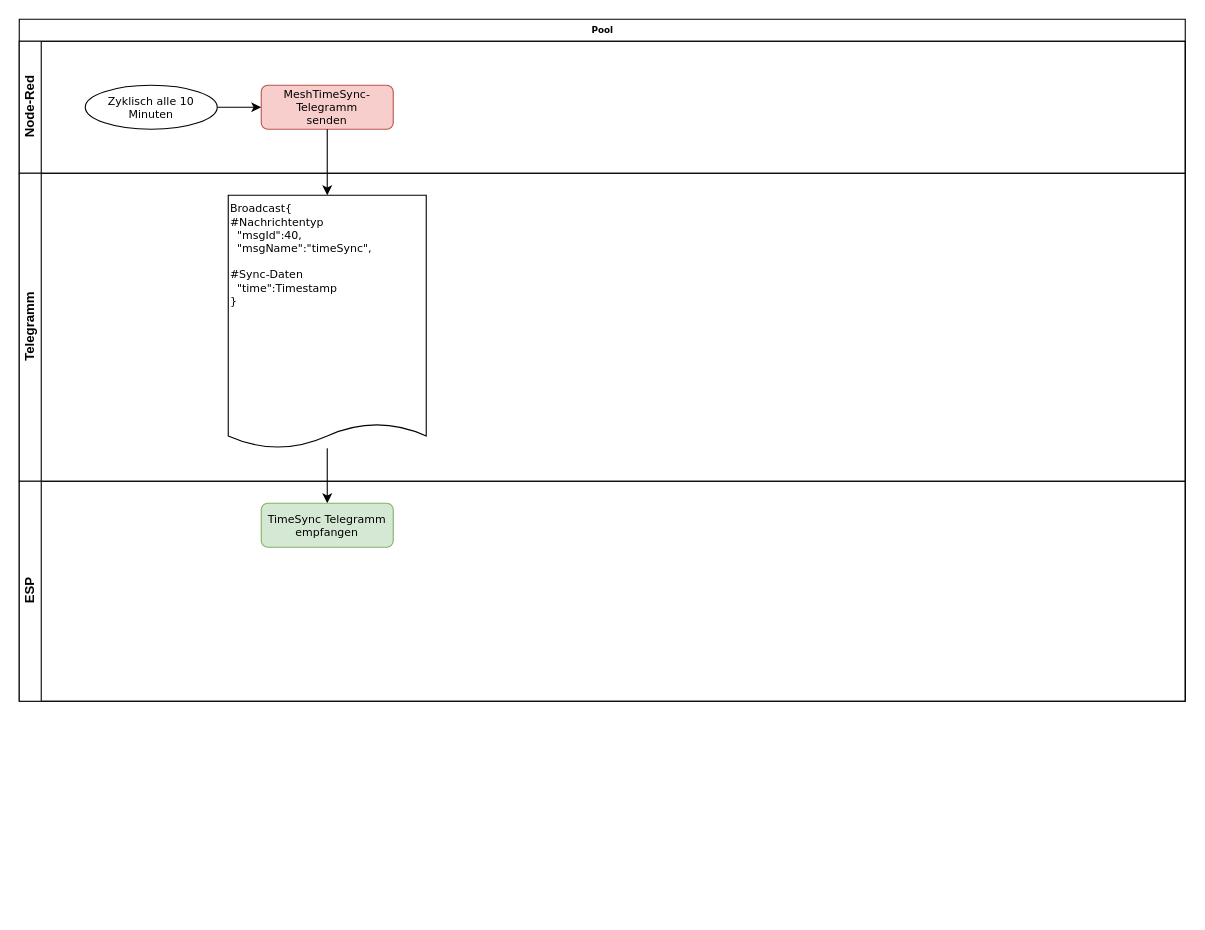
IchOK/JCA_IOT keeps this draw.io diagram as page "SrvPublish [9x]" (6 of 8) of Dokumente/IOT-Telegramme.drawio. Above is the earlier version. Source tidied: cells renumbered, new cells numbered last; positions are measured from the earlier drawing's top-left corner, leaving out a move shared by most shapes. Both pictures are drawn from the tidied source at 110%, with x=0, y=0 at pixel (19, 19).
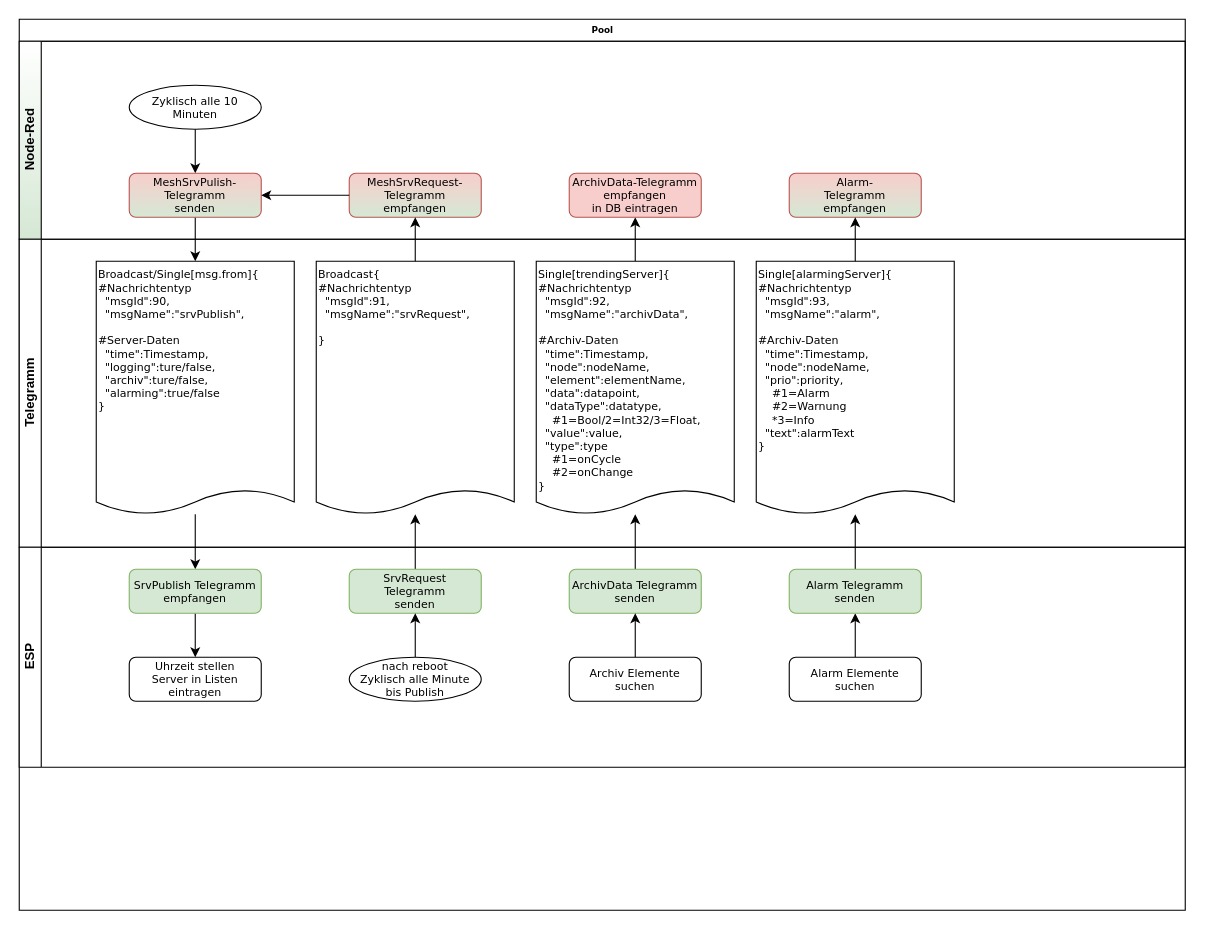
After the change.

What changed in the source:
```diff
@@
     <mxCell id="2" value="Pool" style="swimlane;html=1;horizontal=1;startSize=20;rounded=0;shadow=0;labelBackgroundColor=none;strokeWidth=1;fontFamily=Verdana;fontSize=8;align=center;" parent="1" vertex="1">
-      <mxGeometry width="1060" height="620" as="geometry" />
+      <mxGeometry width="1060" height="810" as="geometry" />
     </mxCell>
+    <mxCell id="9" style="edgeStyle=orthogonalEdgeStyle;rounded=0;jettySize=auto;html=1;entryX=0.5;entryY=0;entryDx=0;entryDy=0;fontFamily=Verdana;fontSize=10;" parent="2" edge="1" source="6" target="8">
+      <mxGeometry relative="1" as="geometry" />
+    </mxCell>
+    <mxCell id="10" style="edgeStyle=orthogonalEdgeStyle;rounded=0;jettySize=auto;html=1;fontFamily=Verdana;fontSize=10;" parent="2" edge="1" source="8" target="12">
+      <mxGeometry relative="1" as="geometry" />
+    </mxCell>
+    <mxCell id="13" style="edgeStyle=orthogonalEdgeStyle;rounded=0;jettySize=auto;html=1;" parent="2" edge="1" source="27" target="21">
+      <mxGeometry relative="1" as="geometry" />
+    </mxCell>
+    <mxCell id="14" style="edgeStyle=orthogonalEdgeStyle;rounded=0;jettySize=auto;html=1;" parent="2" edge="1" source="30" target="22">
+      <mxGeometry relative="1" as="geometry" />
+    </mxCell>
+    <mxCell id="15" style="edgeStyle=orthogonalEdgeStyle;rounded=0;jettySize=auto;html=1;" parent="2" edge="1" source="22" target="17">
+      <mxGeometry relative="1" as="geometry" />
+    </mxCell>
+    <mxCell id="16" style="edgeStyle=orthogonalEdgeStyle;rounded=0;jettySize=auto;html=1;" parent="2" edge="1" source="25" target="23">
+      <mxGeometry relative="1" as="geometry" />
+    </mxCell>
-    <mxCell id="3" value="Node-Red" style="swimlane;html=1;startSize=20;horizontal=0;fillColor=#FFFFFF;" parent="2" vertex="1">
-      <mxGeometry y="20" width="1060" height="120" as="geometry" />
+    <mxCell id="3" value="Node-Red" style="swimlane;html=1;startSize=20;horizontal=0;fillColor=#FFFFFF;gradientColor=#D5E8D4;" parent="2" vertex="1">
+      <mxGeometry y="20" width="1060" height="180" as="geometry" />
     </mxCell>
     <mxCell id="4" value="Zyklisch alle 10 Minuten" style="ellipse;whiteSpace=wrap;html=1;fontFamily=Verdana;fontSize=10;" parent="3" vertex="1">
-      <mxGeometry x="60" y="40" width="120" height="40" as="geometry" />
+      <mxGeometry x="100" y="40" width="120" height="40" as="geometry" />
     </mxCell>
@@
-    <mxCell id="6" value="MeshTimeSync-Telegramm&lt;br style=&quot;font-size: 10px&quot;&gt;senden" style="rounded=1;whiteSpace=wrap;html=1;shadow=0;fontFamily=Verdana;fontSize=10;align=center;strokeColor=#b85450;strokeWidth=1;fillColor=#f8cecc;" parent="3" vertex="1">
-      <mxGeometry x="220" y="40" width="120" height="40" as="geometry" />
+    <mxCell id="6" value="MeshSrvPulish-Telegramm&lt;br style=&quot;font-size: 10px&quot;&gt;senden" style="rounded=1;whiteSpace=wrap;html=1;shadow=0;fontFamily=Verdana;fontSize=10;align=center;strokeColor=#b85450;strokeWidth=1;fillColor=#f8cecc;gradientColor=#D5E8D4;" parent="3" vertex="1">
+      <mxGeometry x="100" y="120" width="120" height="40" as="geometry" />
     </mxCell>
+    <mxCell id="17" value="ArchivData-Telegramm&lt;br&gt;empfangen&lt;br&gt;in DB eintragen" style="rounded=1;whiteSpace=wrap;html=1;shadow=0;fontFamily=Verdana;fontSize=10;align=center;strokeColor=#b85450;strokeWidth=1;fillColor=#f8cecc;" parent="3" vertex="1">
+      <mxGeometry x="500" y="120" width="120" height="40" as="geometry" />
+    </mxCell>
+    <mxCell id="18" value="MeshSrvRequest-Telegramm&lt;br style=&quot;font-size: 10px&quot;&gt;empfangen" style="rounded=1;whiteSpace=wrap;html=1;shadow=0;fontFamily=Verdana;fontSize=10;align=center;strokeColor=#b85450;strokeWidth=1;fillColor=#f8cecc;gradientColor=#D5E8D4;" parent="3" vertex="1">
+      <mxGeometry x="300" y="120" width="120" height="40" as="geometry" />
+    </mxCell>
+    <mxCell id="19" value="Alarm-&lt;br&gt;Telegramm&lt;br&gt;empfangen" style="rounded=1;whiteSpace=wrap;html=1;shadow=0;fontFamily=Verdana;fontSize=10;align=center;strokeColor=#b85450;strokeWidth=1;fillColor=#f8cecc;gradientColor=#D5E8D4;" parent="3" vertex="1">
+      <mxGeometry x="700" y="120" width="120" height="40" as="geometry" />
+    </mxCell>
+    <mxCell id="20" style="edgeStyle=orthogonalEdgeStyle;rounded=0;jettySize=auto;html=1;" parent="3" edge="1" source="18" target="6">
+      <mxGeometry relative="1" as="geometry" />
+    </mxCell>
     <mxCell id="7" value="Telegramm" style="swimlane;html=1;startSize=20;horizontal=0;swimlaneFillColor=none;" parent="2" vertex="1">
-      <mxGeometry y="140" width="1060" height="280" as="geometry" />
+      <mxGeometry y="200" width="1060" height="280" as="geometry" />
     </mxCell>
-    <mxCell id="8" value="Broadcast{&lt;span&gt;&lt;br&gt;&lt;/span&gt;#Nachrichtentyp&lt;br&gt;&lt;span&gt;&amp;nbsp; &quot;msgId&quot;:40,&lt;br&gt;&lt;/span&gt;&amp;nbsp; &quot;msgName&quot;:&quot;timeSync&quot;,&lt;br&gt;&lt;br&gt;#Sync-Daten&lt;br&gt;&amp;nbsp; &quot;time&quot;:Timestamp&lt;br&gt;&lt;span&gt;}&lt;br&gt;&lt;/span&gt;" style="shape=document;whiteSpace=wrap;html=1;boundedLbl=1;fontFamily=Verdana;fontSize=10;align=left;verticalAlign=top;size=0.09727269952947443;" parent="7" vertex="1">
-      <mxGeometry x="190" y="20" width="180" height="230" as="geometry" />
+    <mxCell id="8" value="Broadcast/Single[msg.from]{&lt;span&gt;&lt;br&gt;&lt;/span&gt;#Nachrichtentyp&lt;br&gt;&lt;span&gt;&amp;nbsp; &quot;msgId&quot;:90,&lt;br&gt;&lt;/span&gt;&amp;nbsp; &quot;msgName&quot;:&quot;srvPublish&quot;,&lt;br&gt;&lt;br&gt;#Server-Daten&lt;br&gt;&amp;nbsp; &quot;time&quot;:Timestamp,&lt;br&gt;&amp;nbsp; &quot;logging&quot;:ture/false,&lt;br&gt;&amp;nbsp; &quot;archiv&quot;:ture/false,&lt;br&gt;&amp;nbsp; &quot;alarming&quot;:true/false&lt;br&gt;&lt;span&gt;}&lt;br&gt;&lt;/span&gt;" style="shape=document;whiteSpace=wrap;html=1;boundedLbl=1;fontFamily=Verdana;fontSize=10;align=left;verticalAlign=top;size=0.09727269952947443;" parent="7" vertex="1">
+      <mxGeometry x="70" y="20" width="180" height="230" as="geometry" />
     </mxCell>
-    <mxCell id="9" style="edgeStyle=orthogonalEdgeStyle;rounded=0;jettySize=auto;html=1;entryX=0.5;entryY=0;entryDx=0;entryDy=0;fontFamily=Verdana;fontSize=10;" parent="2" edge="1" source="6" target="8">
-      <mxGeometry relative="1" as="geometry" />
-    </mxCell>
-    <mxCell id="10" style="edgeStyle=orthogonalEdgeStyle;rounded=0;jettySize=auto;html=1;fontFamily=Verdana;fontSize=10;" parent="2" edge="1" source="8" target="12">
-      <mxGeometry relative="1" as="geometry" />
-    </mxCell>
+    <mxCell id="21" value="Broadcast{&lt;span&gt;&lt;br&gt;&lt;/span&gt;#Nachrichtentyp&lt;br&gt;&lt;span&gt;&amp;nbsp; &quot;msgId&quot;:91,&lt;br&gt;&lt;/span&gt;&amp;nbsp; &quot;msgName&quot;:&quot;srvRequest&quot;,&lt;br&gt;&lt;br&gt;&lt;span&gt;}&lt;br&gt;&lt;/span&gt;" style="shape=document;whiteSpace=wrap;html=1;boundedLbl=1;fontFamily=Verdana;fontSize=10;align=left;verticalAlign=top;size=0.09727269952947443;" parent="7" vertex="1">
+      <mxGeometry x="270" y="20" width="180" height="230" as="geometry" />
+    </mxCell>
+    <mxCell id="22" value="Single[trendingServer]{&lt;span&gt;&lt;br&gt;&lt;/span&gt;#Nachrichtentyp&lt;br&gt;&lt;span&gt;&amp;nbsp; &quot;msgId&quot;:92,&lt;br&gt;&lt;/span&gt;&amp;nbsp; &quot;msgName&quot;:&quot;archivData&quot;,&lt;br&gt;&lt;br&gt;#Archiv-Daten&lt;br&gt;&amp;nbsp; &quot;time&quot;:Timestamp,&lt;br&gt;&amp;nbsp; &quot;node&quot;:nodeName,&lt;br&gt;&amp;nbsp; &quot;element&quot;:elementName,&lt;br&gt;&amp;nbsp; &quot;data&quot;:datapoint,&lt;br&gt;&amp;nbsp; &quot;dataType&quot;:datatype,&lt;br&gt;&amp;nbsp; &amp;nbsp; #1=Bool/2=Int32/3=Float,&lt;br&gt;&amp;nbsp; &quot;value&quot;:value,&lt;br&gt;&amp;nbsp; &quot;type&quot;:type&lt;br&gt;&lt;span&gt;&amp;nbsp; &amp;nbsp; #1=onCycle&lt;br&gt;&amp;nbsp; &amp;nbsp; #2=onChange&lt;br&gt;}&lt;br&gt;&lt;/span&gt;" style="shape=document;whiteSpace=wrap;html=1;boundedLbl=1;fontFamily=Verdana;fontSize=10;align=left;verticalAlign=top;size=0.09727269952947443;" parent="7" vertex="1">
+      <mxGeometry x="470" y="20" width="180" height="230" as="geometry" />
+    </mxCell>
+    <mxCell id="23" value="Single[alarmingServer]{&lt;span&gt;&lt;br&gt;&lt;/span&gt;#Nachrichtentyp&lt;br&gt;&lt;span&gt;&amp;nbsp; &quot;msgId&quot;:93,&lt;br&gt;&lt;/span&gt;&amp;nbsp; &quot;msgName&quot;:&quot;alarm&quot;,&lt;br&gt;&lt;br&gt;#Archiv-Daten&lt;br&gt;&amp;nbsp; &quot;time&quot;:Timestamp,&lt;br&gt;&amp;nbsp; &quot;node&quot;:nodeName,&lt;br&gt;&amp;nbsp; &quot;prio&quot;:priority,&lt;br&gt;&amp;nbsp; &amp;nbsp; #1=Alarm&lt;br&gt;&amp;nbsp; &amp;nbsp; #2=Warnung&lt;br&gt;&amp;nbsp; &amp;nbsp; *3=Info&lt;br&gt;&amp;nbsp; &quot;text&quot;:alarmText&lt;br&gt;&lt;span&gt;}&lt;br&gt;&lt;/span&gt;" style="shape=document;whiteSpace=wrap;html=1;boundedLbl=1;fontFamily=Verdana;fontSize=10;align=left;verticalAlign=top;size=0.09727269952947443;" parent="7" vertex="1">
+      <mxGeometry x="670" y="20" width="180" height="230" as="geometry" />
+    </mxCell>
     <mxCell id="11" value="ESP" style="swimlane;html=1;startSize=20;horizontal=0;" parent="2" vertex="1">
-      <mxGeometry y="420" width="1060" height="200" as="geometry" />
+      <mxGeometry y="480" width="1060" height="200" as="geometry" />
     </mxCell>
+    <mxCell id="24" style="edgeStyle=orthogonalEdgeStyle;rounded=0;jettySize=auto;html=1;" parent="11" edge="1" source="26" target="25">
+      <mxGeometry relative="1" as="geometry" />
+    </mxCell>
+    <mxCell id="25" value="Alarm Telegramm&lt;br style=&quot;font-size: 10px&quot;&gt;senden" style="rounded=1;whiteSpace=wrap;html=1;shadow=0;fontFamily=Verdana;fontSize=10;align=center;strokeColor=#82b366;strokeWidth=1;fillColor=#d5e8d4;" parent="11" vertex="1">
+      <mxGeometry x="700" y="20" width="120" height="40" as="geometry" />
+    </mxCell>
+    <mxCell id="26" value="Alarm Elemente&lt;br&gt;suchen" style="rounded=1;whiteSpace=wrap;html=1;shadow=0;fontFamily=Verdana;fontSize=10;align=center;strokeWidth=1;" parent="11" vertex="1">
+      <mxGeometry x="700" y="100" width="120" height="40" as="geometry" />
+    </mxCell>
+    <mxCell id="27" value="SrvRequest&lt;br&gt;Telegramm&lt;br style=&quot;font-size: 10px&quot;&gt;senden" style="rounded=1;whiteSpace=wrap;html=1;shadow=0;fontFamily=Verdana;fontSize=10;align=center;strokeColor=#82b366;strokeWidth=1;fillColor=#d5e8d4;" parent="11" vertex="1">
+      <mxGeometry x="300" y="20" width="120" height="40" as="geometry" />
+    </mxCell>
+    <mxCell id="28" style="edgeStyle=orthogonalEdgeStyle;rounded=0;jettySize=auto;html=1;" parent="11" edge="1" source="12" target="34">
+      <mxGeometry relative="1" as="geometry" />
+    </mxCell>
-    <mxCell id="12" value="TimeSync Telegramm&lt;br style=&quot;font-size: 10px&quot;&gt;empfangen" style="rounded=1;whiteSpace=wrap;html=1;shadow=0;fontFamily=Verdana;fontSize=10;align=center;strokeColor=#82b366;strokeWidth=1;fillColor=#d5e8d4;" parent="11" vertex="1">
-      <mxGeometry x="220" y="20" width="120" height="40" as="geometry" />
+    <mxCell id="12" value="SrvPublish Telegramm&lt;br style=&quot;font-size: 10px&quot;&gt;empfangen" style="rounded=1;whiteSpace=wrap;html=1;shadow=0;fontFamily=Verdana;fontSize=10;align=center;strokeColor=#82b366;strokeWidth=1;fillColor=#d5e8d4;" parent="11" vertex="1">
+      <mxGeometry x="100" y="20" width="120" height="40" as="geometry" />
     </mxCell>
+    <mxCell id="29" style="edgeStyle=orthogonalEdgeStyle;rounded=0;jettySize=auto;html=1;" parent="11" edge="1" source="33" target="27">
+      <mxGeometry relative="1" as="geometry" />
+    </mxCell>
+    <mxCell id="30" value="ArchivData Telegramm&lt;br style=&quot;font-size: 10px&quot;&gt;senden" style="rounded=1;whiteSpace=wrap;html=1;shadow=0;fontFamily=Verdana;fontSize=10;align=center;strokeColor=#82b366;strokeWidth=1;fillColor=#d5e8d4;" parent="11" vertex="1">
+      <mxGeometry x="500" y="20" width="120" height="40" as="geometry" />
+    </mxCell>
+    <mxCell id="31" style="edgeStyle=orthogonalEdgeStyle;rounded=0;jettySize=auto;html=1;" parent="11" edge="1" source="32" target="30">
+      <mxGeometry relative="1" as="geometry" />
+    </mxCell>
+    <mxCell id="32" value="Archiv Elemente&lt;br&gt;suchen" style="rounded=1;whiteSpace=wrap;html=1;shadow=0;fontFamily=Verdana;fontSize=10;align=center;strokeWidth=1;" parent="11" vertex="1">
+      <mxGeometry x="500" y="100" width="120" height="40" as="geometry" />
+    </mxCell>
+    <mxCell id="33" value="nach reboot&lt;br&gt;Zyklisch alle Minute&lt;br&gt;bis Publish" style="ellipse;whiteSpace=wrap;html=1;fontFamily=Verdana;fontSize=10;" parent="11" vertex="1">
+      <mxGeometry x="300" y="100" width="120" height="40" as="geometry" />
+    </mxCell>
+    <mxCell id="34" value="Uhrzeit stellen&lt;br&gt;&lt;span&gt;Server in Listen eintragen&lt;/span&gt;" style="rounded=1;whiteSpace=wrap;html=1;shadow=0;fontFamily=Verdana;fontSize=10;align=center;strokeWidth=1;" parent="11" vertex="1">
+      <mxGeometry x="100" y="100" width="120" height="40" as="geometry" />
+    </mxCell>
+    <mxCell id="35" style="edgeStyle=orthogonalEdgeStyle;rounded=0;jettySize=auto;html=1;" parent="2" edge="1" source="21" target="18">
+      <mxGeometry relative="1" as="geometry" />
+    </mxCell>
+    <mxCell id="36" style="edgeStyle=orthogonalEdgeStyle;rounded=0;jettySize=auto;html=1;" parent="2" edge="1" source="23" target="19">
+      <mxGeometry relative="1" as="geometry" />
+    </mxCell>
```
